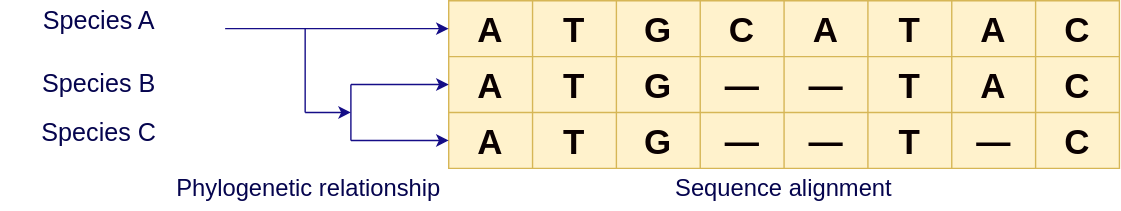
The draw.io diagram images/3alignment.drawio.svg in khiron/dBGAlignSlides, before a commit. Source tidied: cells renumbered, new cells last; positions are measured from the earlier drawing's top-left corner, leaving out a move shared by most shapes.
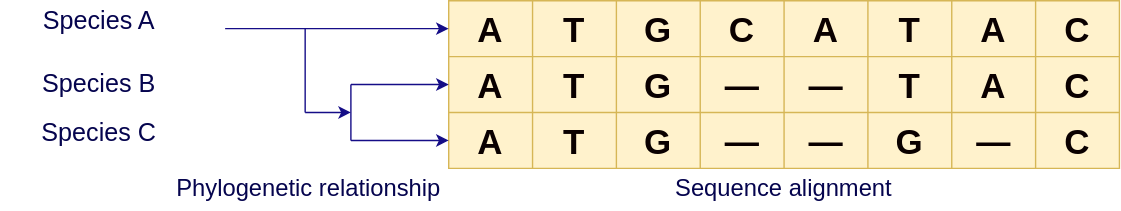
Later version of the same file.

Change to the diagram source:
```diff
@@ -77,7 +77,7 @@
     <mxCell id="26" value="—" style="shape=partialRectangle;html=1;whiteSpace=wrap;fillColor=none;top=0;left=0;bottom=0;right=0;overflow=hidden;fontSize=25;fontStyle=1;fontColor=#0a0000;" parent="21" vertex="1">
       <mxGeometry x="240" width="60" height="40" as="geometry" />
     </mxCell>
-    <mxCell id="27" value="T" style="shape=partialRectangle;html=1;whiteSpace=wrap;fillColor=none;top=0;left=0;bottom=0;right=0;overflow=hidden;fontSize=25;fontStyle=1;fontColor=#0a0000;" parent="21" vertex="1">
+    <mxCell id="27" value="G" style="shape=partialRectangle;html=1;whiteSpace=wrap;fillColor=none;top=0;left=0;bottom=0;right=0;overflow=hidden;fontSize=25;fontStyle=1;fontColor=#0a0000;" parent="21" vertex="1">
       <mxGeometry x="300" width="60" height="40" as="geometry" />
     </mxCell>
     <mxCell id="28" value="—" style="shape=partialRectangle;html=1;whiteSpace=wrap;fillColor=none;top=0;left=0;bottom=0;right=0;overflow=hidden;fontSize=25;fontStyle=1;fontColor=#0a0000;" parent="21" vertex="1">
```
